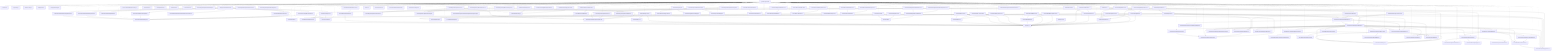
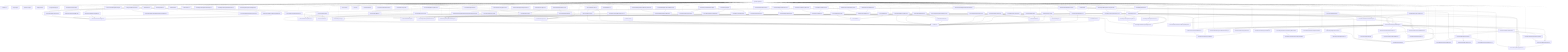
graph TD
  package__ankhorage_studio["@ankhorage/studio"]
  entrypoint_src_index_ts["src/index.ts"]
  package__ankhorage_studio --> entrypoint_src_index_ts
  module_knip_config_ts["knip.config.ts"]
  package__ankhorage_studio -.-> module_knip_config_ts
  module_paradox_config_ts["paradox.config.ts"]
  package__ankhorage_studio -.-> module_paradox_config_ts
  module_src_app_index_ts["src/app/index.ts"]
  package__ankhorage_studio -.-> module_src_app_index_ts
  module_src_app_StudioApp_tsx["src/app/StudioApp.tsx"]
  package__ankhorage_studio -.-> module_src_app_StudioApp_tsx
  module_src_app_StudioDashboard_tsx["src/app/StudioDashboard.tsx"]
  package__ankhorage_studio -.-> module_src_app_StudioDashboard_tsx
  module_src_app_StudioDashboard_tsx --> module_src_hooks_useProjects_ts
  module_src_app_StudioDashboard_tsx --> module_src_hooks_useTemplateSummaries_ts
  module_src_app_StudioDashboard_tsx --> module_src_modules_dashboard_platform_ts
  module_src_app_StudioDashboard_tsx --> module_src_modules_dashboard_search_ts
  module_src_app_StudioDashboard_tsx --> module_src_modules_dashboard_templates_ts
  module_src_app_StudioDashboard_tsx --> module_src_modules_dashboard_types_ts
  module_src_app_StudioDashboard_tsx --> module_src_modules_dashboard_ui_DashboardSectionHeader_tsx
  module_src_app_StudioDashboard_tsx --> module_src_modules_dashboard_ui_ProjectCard_tsx
  module_src_app_StudioDashboard_tsx --> module_src_modules_dashboard_ui_TemplateCard_tsx
+   module_src_authFlowContract_test_ts["src/authFlowContract.test.ts"]
+   package__ankhorage_studio -.-> module_src_authFlowContract_test_ts
  module_src_canvasDragModel_public_test_ts["src/canvasDragModel.public.test.ts"]
  package__ankhorage_studio -.-> module_src_canvasDragModel_public_test_ts
  module_src_canvasDragModel_public_test_ts --> module_src_canvasDragModel_ts
  module_src_canvasDragModel_public_test_ts --> module_src_canvasDropZones_ts
  module_src_canvasDragModel_test_ts["src/canvasDragModel.test.ts"]
  package__ankhorage_studio -.-> module_src_canvasDragModel_test_ts
  module_src_canvasDragModel_test_ts --> module_src_canvasDragModel_ts
  module_src_canvasDragModel_test_ts --> module_src_canvasDropZones_ts
  module_src_canvasDragModel_ts["src/canvasDragModel.ts"]
  package__ankhorage_studio -.-> module_src_canvasDragModel_ts
  module_src_canvasDragModel_ts --> module_src_canvasDropZones_ts
  module_src_canvasDragModel_ts --> module_src_index_ts
  module_src_canvasDropZones_test_ts["src/canvasDropZones.test.ts"]
  package__ankhorage_studio -.-> module_src_canvasDropZones_test_ts
  module_src_canvasDropZones_test_ts --> module_src_canvasDropZones_ts
  module_src_canvasDropZones_test_ts --> module_src_index_ts
  module_src_canvasDropZones_ts["src/canvasDropZones.ts"]
  package__ankhorage_studio -.-> module_src_canvasDropZones_ts
  module_src_canvasDropZones_ts --> module_src_index_ts
  module_src_cli_index_ts["src/cli/index.ts"]
  package__ankhorage_studio -.-> module_src_cli_index_ts
  module_src_cli_index_ts --> module_src_host_createStudioHost_ts
  module_src_cli_index_ts --> module_src_host_http_server_ts
  module_src_cli_index_ts --> module_src_host_templateRegistry_index_ts
  module_src_cli_index_ts --> module_src_host_utils_workspaceRoot_ts
  module_src_core_constants_ts["src/core/constants.ts"]
  package__ankhorage_studio -.-> module_src_core_constants_ts
  module_src_core_StudioContext_ts["src/core/StudioContext.ts"]
  package__ankhorage_studio -.-> module_src_core_StudioContext_ts
  module_src_core_StudioContext_ts --> module_src_index_ts
  module_src_core_studioPackageBoundary_ts["src/core/studioPackageBoundary.ts"]
  package__ankhorage_studio -.-> module_src_core_studioPackageBoundary_ts
  module_src_core_StudioProvider_ts["src/core/StudioProvider.ts"]
  package__ankhorage_studio -.-> module_src_core_StudioProvider_ts
  module_src_core_StudioProvider_ts --> module_src_core_StudioContext_ts
  module_src_core_StudioProvider_ts --> module_src_index_ts
  module_src_dnd_index_ts["src/dnd/index.ts"]
  package__ankhorage_studio -.-> module_src_dnd_index_ts
  module_src_dnd_primitives_ts["src/dnd/primitives.ts"]
  package__ankhorage_studio -.-> module_src_dnd_primitives_ts
  module_src_dnd_state_ts["src/dnd/state.ts"]
  package__ankhorage_studio -.-> module_src_dnd_state_ts
  module_src_hooks_useProjects_ts["src/hooks/useProjects.ts"]
  package__ankhorage_studio -.-> module_src_hooks_useProjects_ts
  module_src_hooks_useProjects_ts --> module_src_core_constants_ts
  module_src_hooks_useTemplateSummaries_ts["src/hooks/useTemplateSummaries.ts"]
  package__ankhorage_studio -.-> module_src_hooks_useTemplateSummaries_ts
  module_src_hooks_useTemplateSummaries_ts --> module_src_core_constants_ts
  module_src_hooks_useTemplateSummaries_ts --> module_src_modules_dashboard_types_ts
  module_src_host_createStudioHost_ts["src/host/createStudioHost.ts"]
  package__ankhorage_studio -.-> module_src_host_createStudioHost_ts
  module_src_host_createStudioHost_ts --> module_src_host_orchestrator_infraRuntime_ts
  module_src_host_createStudioHost_ts --> module_src_host_orchestrator_moduleManager_ts
  module_src_host_createStudioHost_ts --> module_src_host_orchestrator_projectManager_ts
  module_src_host_hostLifecycle_smoke_test_ts["src/host/hostLifecycle.smoke.test.ts"]
  package__ankhorage_studio -.-> module_src_host_hostLifecycle_smoke_test_ts
  module_src_host_hostLifecycle_smoke_test_ts --> module_src_host_orchestrator_moduleManager_ts
  module_src_host_hostLifecycle_smoke_test_ts --> module_src_host_orchestrator_projectManager_ts
  module_src_host_hostLifecycle_smoke_test_ts --> module_src_host_templateRegistry_index_ts
  module_src_host_hostOwnership_test_ts["src/host/hostOwnership.test.ts"]
  package__ankhorage_studio -.-> module_src_host_hostOwnership_test_ts
  module_src_host_hostOwnership_test_ts --> module_src_host_http_security_ts
  module_src_host_hostOwnership_test_ts --> module_src_host_orchestrator_projectPaths_ts
  module_src_host_hostOwnership_test_ts --> module_src_host_utils_workspaceRoot_ts
  module_src_host_http_security_ts["src/host/http/security.ts"]
  package__ankhorage_studio -.-> module_src_host_http_security_ts
  module_src_host_http_server_ts["src/host/http/server.ts"]
  package__ankhorage_studio -.-> module_src_host_http_server_ts
  module_src_host_http_server_ts --> module_src_host_http_security_ts
  module_src_host_http_server_ts --> module_src_host_orchestrator_infraRuntime_ts
  module_src_host_http_server_ts --> module_src_host_orchestrator_moduleManager_ts
  module_src_host_http_server_ts --> module_src_host_orchestrator_projectManager_ts
  module_src_host_http_server_ts --> module_src_host_orchestrator_resolveMutations_ts
  module_src_host_http_server_ts --> module_src_host_templateRegistry_index_ts
  module_src_host_http_server_ts --> module_src_host_utils_trimOutput_ts
  module_src_host_http_server_ts --> module_src_host_utils_workspaceRoot_ts
  module_src_host_http_standalone_ts["src/host/http/standalone.ts"]
  package__ankhorage_studio -.-> module_src_host_http_standalone_ts
  module_src_host_http_standalone_ts --> module_src_host_http_server_ts
  module_src_host_index_ts["src/host/index.ts"]
  package__ankhorage_studio -.-> module_src_host_index_ts
+   module_src_host_layout_auth_resolveAuthLayoutPlan_test_ts["src/host/layout/auth/resolveAuthLayoutPlan.test.ts"]
+   package__ankhorage_studio -.-> module_src_host_layout_auth_resolveAuthLayoutPlan_test_ts
+   module_src_host_layout_auth_resolveAuthLayoutPlan_test_ts --> module_src_host_layout_auth_resolveAuthLayoutPlan_ts
  module_src_host_layout_auth_resolveAuthLayoutPlan_ts["src/host/layout/auth/resolveAuthLayoutPlan.ts"]
  package__ankhorage_studio -.-> module_src_host_layout_auth_resolveAuthLayoutPlan_ts
  module_src_host_layout_layoutGenerator_ts["src/host/layout/layoutGenerator.ts"]
  package__ankhorage_studio -.-> module_src_host_layout_layoutGenerator_ts
  module_src_host_layout_layoutGenerator_ts --> module_src_host_layout_auth_resolveAuthLayoutPlan_ts
  module_src_host_layout_layoutGenerator_ts --> module_src_host_layout_templates_index_ts
  module_src_host_layout_layoutGenerator_ts --> module_src_host_modules_layout_ts
  module_src_host_layout_templates_auth_adapter_ts["src/host/layout/templates/auth/adapter.ts"]
  package__ankhorage_studio -.-> module_src_host_layout_templates_auth_adapter_ts
  module_src_host_layout_templates_auth_screen_ts["src/host/layout/templates/auth/screen.ts"]
  package__ankhorage_studio -.-> module_src_host_layout_templates_auth_screen_ts
  module_src_host_layout_templates_auth_screen_ts --> module_src_host_layout_templates_utils_routes_ts
  module_src_host_layout_templates_auth_screen_ts --> module_src_host_layout_templates_utils_strings_ts
  module_src_host_layout_templates_auth_screen_ts --> module_src_host_layout_utils_escapeStringLiteral_ts
  module_src_host_layout_templates_auth_session_ts["src/host/layout/templates/auth/session.ts"]
  package__ankhorage_studio -.-> module_src_host_layout_templates_auth_session_ts
  module_src_host_layout_templates_auth_signOut_ts["src/host/layout/templates/auth/signOut.ts"]
  package__ankhorage_studio -.-> module_src_host_layout_templates_auth_signOut_ts
  module_src_host_layout_templates_index_ts["src/host/layout/templates/index.ts"]
  package__ankhorage_studio -.-> module_src_host_layout_templates_index_ts
  module_src_host_layout_templates_navigation_ts["src/host/layout/templates/navigation.ts"]
  package__ankhorage_studio -.-> module_src_host_layout_templates_navigation_ts
  module_src_host_layout_templates_navigation_ts --> module_src_host_layout_utils_escapeStringLiteral_ts
  module_src_host_layout_templates_nestedLayout_ts["src/host/layout/templates/nestedLayout.ts"]
  package__ankhorage_studio -.-> module_src_host_layout_templates_nestedLayout_ts
  module_src_host_layout_templates_nestedLayout_ts --> module_src_host_layout_templates_navigation_ts
  module_src_host_layout_templates_nestedLayout_ts --> module_src_host_layout_templates_utils_strings_ts
  module_src_host_layout_templates_redirect_ts["src/host/layout/templates/redirect.ts"]
  package__ankhorage_studio -.-> module_src_host_layout_templates_redirect_ts
  module_src_host_layout_templates_redirect_ts --> module_src_host_layout_utils_escapeStringLiteral_ts
+   module_src_host_layout_templates_rootLayout_test_ts["src/host/layout/templates/rootLayout.test.ts"]
+   package__ankhorage_studio -.-> module_src_host_layout_templates_rootLayout_test_ts
+   module_src_host_layout_templates_rootLayout_test_ts --> module_src_host_layout_templates_rootLayout_ts
  module_src_host_layout_templates_rootLayout_ts["src/host/layout/templates/rootLayout.ts"]
  package__ankhorage_studio -.-> module_src_host_layout_templates_rootLayout_ts
  module_src_host_layout_templates_rootLayout_ts --> module_src_host_layout_templates_navigation_ts
  module_src_host_layout_templates_rootLayout_ts --> module_src_host_layout_templates_utils_routes_ts
  module_src_host_layout_templates_rootLayout_ts --> module_src_host_layout_utils_escapeStringLiteral_ts
  module_src_host_layout_templates_rootLayout_ts --> module_src_host_modules_layout_ts
  module_src_host_layout_templates_screen_ts["src/host/layout/templates/screen.ts"]
  package__ankhorage_studio -.-> module_src_host_layout_templates_screen_ts
  module_src_host_layout_templates_screen_ts --> module_src_host_layout_templates_utils_strings_ts
  module_src_host_layout_templates_screen_ts --> module_src_host_layout_utils_escapeStringLiteral_ts
  module_src_host_layout_templates_utils_routes_ts["src/host/layout/templates/utils/routes.ts"]
  package__ankhorage_studio -.-> module_src_host_layout_templates_utils_routes_ts
  module_src_host_layout_templates_utils_strings_ts["src/host/layout/templates/utils/strings.ts"]
  package__ankhorage_studio -.-> module_src_host_layout_templates_utils_strings_ts
  module_src_host_layout_utils_escapeStringLiteral_ts["src/host/layout/utils/escapeStringLiteral.ts"]
  package__ankhorage_studio -.-> module_src_host_layout_utils_escapeStringLiteral_ts
  module_src_host_manifestSystem_auth_index_ts["src/host/manifestSystem/auth/index.ts"]
  package__ankhorage_studio -.-> module_src_host_manifestSystem_auth_index_ts
  module_src_host_manifestSystem_auth_shared_global_auth_system_tpl_ts["src/host/manifestSystem/auth/shared/global.auth.system.tpl.ts"]
  package__ankhorage_studio -.-> module_src_host_manifestSystem_auth_shared_global_auth_system_tpl_ts
  module_src_host_manifestSystem_auth_shared_index_ts["src/host/manifestSystem/auth/shared/index.ts"]
  package__ankhorage_studio -.-> module_src_host_manifestSystem_auth_shared_index_ts
  module_src_host_manifestSystem_auth_shared_index_ts --> module_src_host_manifestSystem_auth_shared_global_auth_system_tpl_ts
  module_src_host_manifestSystem_auth_shared_index_ts --> module_src_host_manifestSystem_types_ts
  module_src_host_manifestSystem_index_ts["src/host/manifestSystem/index.ts"]
  package__ankhorage_studio -.-> module_src_host_manifestSystem_index_ts
  module_src_host_manifestSystem_index_ts --> module_src_host_manifestSystem_auth_index_ts
  module_src_host_manifestSystem_index_ts --> module_src_host_manifestSystem_types_ts
  module_src_host_manifestSystem_index_ts --> module_src_host_utils_requirementsInference_ts
  module_src_host_manifestSystem_types_ts["src/host/manifestSystem/types.ts"]
  package__ankhorage_studio -.-> module_src_host_manifestSystem_types_ts
  module_src_host_modules_catalog_ts["src/host/modules/catalog.ts"]
  package__ankhorage_studio -.-> module_src_host_modules_catalog_ts
  module_src_host_modules_catalog_ts --> module_src_host_modules_layout_ts
  module_src_host_modules_layout_ts["src/host/modules/layout.ts"]
  package__ankhorage_studio -.-> module_src_host_modules_layout_ts
  module_src_host_modules_runtime_LocalFsTargetAdapter_ts["src/host/modules/runtime/LocalFsTargetAdapter.ts"]
  package__ankhorage_studio -.-> module_src_host_modules_runtime_LocalFsTargetAdapter_ts
  module_src_host_orchestrator_generatedAppFiles_ts["src/host/orchestrator/generatedAppFiles.ts"]
  package__ankhorage_studio -.-> module_src_host_orchestrator_generatedAppFiles_ts
  module_src_host_orchestrator_generatedAppFiles_ts --> module_src_host_zoraExtensions_index_ts
  module_src_host_orchestrator_generatedRouteCleanup_ts["src/host/orchestrator/generatedRouteCleanup.ts"]
  package__ankhorage_studio -.-> module_src_host_orchestrator_generatedRouteCleanup_ts
  module_src_host_orchestrator_infraGenerator_ts["src/host/orchestrator/infraGenerator.ts"]
  package__ankhorage_studio -.-> module_src_host_orchestrator_infraGenerator_ts
  module_src_host_orchestrator_infraGenerator_ts --> module_src_host_orchestrator_infraValidation_ts
  module_src_host_orchestrator_infraRuntime_ts["src/host/orchestrator/infraRuntime.ts"]
  package__ankhorage_studio -.-> module_src_host_orchestrator_infraRuntime_ts
  module_src_host_orchestrator_infraRuntime_ts --> module_src_host_orchestrator_projectPaths_ts
  module_src_host_orchestrator_infraValidation_ts["src/host/orchestrator/infraValidation.ts"]
  package__ankhorage_studio -.-> module_src_host_orchestrator_infraValidation_ts
  module_src_host_orchestrator_moduleManager_ts["src/host/orchestrator/moduleManager.ts"]
  package__ankhorage_studio -.-> module_src_host_orchestrator_moduleManager_ts
  module_src_host_orchestrator_moduleManager_ts --> module_src_host_modules_catalog_ts
  module_src_host_orchestrator_moduleManager_ts --> module_src_host_modules_runtime_LocalFsTargetAdapter_ts
  module_src_host_orchestrator_moduleManager_ts --> module_src_host_orchestrator_projectManager_ts
  module_src_host_orchestrator_moduleManager_ts --> module_src_host_orchestrator_resolveMutations_ts
  module_src_host_orchestrator_projectDeletion_ts["src/host/orchestrator/projectDeletion.ts"]
  package__ankhorage_studio -.-> module_src_host_orchestrator_projectDeletion_ts
  module_src_host_orchestrator_projectManager_ts["src/host/orchestrator/projectManager.ts"]
  package__ankhorage_studio -.-> module_src_host_orchestrator_projectManager_ts
  module_src_host_orchestrator_projectManager_ts --> module_src_host_layout_layoutGenerator_ts
  module_src_host_orchestrator_projectManager_ts --> module_src_host_manifestSystem_index_ts
  module_src_host_orchestrator_projectManager_ts --> module_src_host_modules_layout_ts
  module_src_host_orchestrator_projectManager_ts --> module_src_host_orchestrator_generatedRouteCleanup_ts
  module_src_host_orchestrator_projectManager_ts --> module_src_host_orchestrator_infraGenerator_ts
  module_src_host_orchestrator_projectManager_ts --> module_src_host_orchestrator_infraRuntime_ts
  module_src_host_orchestrator_projectManager_ts --> module_src_host_orchestrator_projectDeletion_ts
  module_src_host_orchestrator_projectManager_ts --> module_src_host_orchestrator_projectPaths_ts
  module_src_host_orchestrator_projectManager_ts --> module_src_host_orchestrator_projectStore_ts
  module_src_host_orchestrator_projectManager_ts --> module_src_host_orchestrator_resolveMutations_ts
  module_src_host_orchestrator_projectManager_ts --> module_src_host_orchestrator_scaffolder_ts
  module_src_host_orchestrator_projectManager_ts --> module_src_host_orchestrator_templates_ts
  module_src_host_orchestrator_projectManager_ts --> module_src_host_orchestrator_workspaceRuntime_ts
  module_src_host_orchestrator_projectManager_ts --> module_src_host_templateRegistry_index_ts
  module_src_host_orchestrator_projectManager_ts --> module_src_host_zoraExtensions_index_ts
  module_src_host_orchestrator_projectPaths_ts["src/host/orchestrator/projectPaths.ts"]
  package__ankhorage_studio -.-> module_src_host_orchestrator_projectPaths_ts
  module_src_host_orchestrator_projectStore_ts["src/host/orchestrator/projectStore.ts"]
  package__ankhorage_studio -.-> module_src_host_orchestrator_projectStore_ts
  module_src_host_orchestrator_projectStore_ts --> module_src_host_orchestrator_projectPaths_ts
  module_src_host_orchestrator_resolveMutations_ts["src/host/orchestrator/resolveMutations.ts"]
  package__ankhorage_studio -.-> module_src_host_orchestrator_resolveMutations_ts
  module_src_host_orchestrator_resolveMutations_ts --> module_src_host_modules_catalog_ts
  module_src_host_orchestrator_resolveMutations_ts --> module_src_host_modules_layout_ts
  module_src_host_orchestrator_scaffolder_ts["src/host/orchestrator/scaffolder.ts"]
  package__ankhorage_studio -.-> module_src_host_orchestrator_scaffolder_ts
  module_src_host_orchestrator_scaffolder_ts --> module_src_host_manifestSystem_index_ts
  module_src_host_orchestrator_scaffolder_ts --> module_src_host_orchestrator_generatedAppFiles_ts
  module_src_host_orchestrator_scaffolder_ts --> module_src_host_orchestrator_templates_ts
  module_src_host_orchestrator_scaffolder_ts --> module_src_host_templateRegistry_index_ts
  module_src_host_orchestrator_scaffolder_ts --> module_src_host_zoraExtensions_index_ts
  module_src_host_orchestrator_templates_ts["src/host/orchestrator/templates.ts"]
  package__ankhorage_studio -.-> module_src_host_orchestrator_templates_ts
  module_src_host_orchestrator_workspaceRuntime_ts["src/host/orchestrator/workspaceRuntime.ts"]
  package__ankhorage_studio -.-> module_src_host_orchestrator_workspaceRuntime_ts
  module_src_host_templateRegistry_index_ts["src/host/templateRegistry/index.ts"]
  package__ankhorage_studio -.-> module_src_host_templateRegistry_index_ts
  module_src_host_utils_requirementsInference_ts["src/host/utils/requirementsInference.ts"]
  package__ankhorage_studio -.-> module_src_host_utils_requirementsInference_ts
  module_src_host_utils_trimOutput_ts["src/host/utils/trimOutput.ts"]
  package__ankhorage_studio -.-> module_src_host_utils_trimOutput_ts
  module_src_host_utils_workspaceRoot_ts["src/host/utils/workspaceRoot.ts"]
  package__ankhorage_studio -.-> module_src_host_utils_workspaceRoot_ts
  module_src_host_zoraExtensions_index_ts["src/host/zoraExtensions/index.ts"]
  package__ankhorage_studio -.-> module_src_host_zoraExtensions_index_ts
  module_src_host_zoraExtensions_index_ts --> module_src_host_templateRegistry_index_ts
  module_src_index_test_ts["src/index.test.ts"]
  package__ankhorage_studio -.-> module_src_index_test_ts
  module_src_index_test_ts --> module_src_index_ts
  module_src_index_ts["src/index.ts"]
  module_src_insertModalModel_public_test_ts["src/insertModalModel.public.test.ts"]
  package__ankhorage_studio -.-> module_src_insertModalModel_public_test_ts
  module_src_insertModalModel_public_test_ts --> module_src_index_ts
  module_src_insertModalModel_public_test_ts --> module_src_insertModalModel_ts
  module_src_insertModalModel_test_ts["src/insertModalModel.test.ts"]
  package__ankhorage_studio -.-> module_src_insertModalModel_test_ts
  module_src_insertModalModel_test_ts --> module_src_index_ts
  module_src_insertModalModel_test_ts --> module_src_insertModalModel_ts
  module_src_insertModalModel_ts["src/insertModalModel.ts"]
  package__ankhorage_studio -.-> module_src_insertModalModel_ts
  module_src_insertModalModel_ts --> module_src_index_ts
  module_src_localizationConfig_public_test_ts["src/localizationConfig.public.test.ts"]
  package__ankhorage_studio -.-> module_src_localizationConfig_public_test_ts
  module_src_localizationConfig_public_test_ts --> module_src_localizationConfig_ts
  module_src_localizationConfig_test_ts["src/localizationConfig.test.ts"]
  package__ankhorage_studio -.-> module_src_localizationConfig_test_ts
  module_src_localizationConfig_test_ts --> module_src_localizationConfig_ts
  module_src_localizationConfig_ts["src/localizationConfig.ts"]
  package__ankhorage_studio -.-> module_src_localizationConfig_ts
  module_src_localizationPanelModel_test_ts["src/localizationPanelModel.test.ts"]
  package__ankhorage_studio -.-> module_src_localizationPanelModel_test_ts
  module_src_localizationPanelModel_test_ts --> module_src_localizationPanelModel_ts
  module_src_localizationPanelModel_ts["src/localizationPanelModel.ts"]
  package__ankhorage_studio -.-> module_src_localizationPanelModel_ts
  module_src_manifestNavigatorPreviewModel_public_test_ts["src/manifestNavigatorPreviewModel.public.test.ts"]
  package__ankhorage_studio -.-> module_src_manifestNavigatorPreviewModel_public_test_ts
  module_src_manifestNavigatorPreviewModel_public_test_ts --> module_src_manifestNavigatorPreviewModel_ts
  module_src_manifestNavigatorPreviewModel_test_ts["src/manifestNavigatorPreviewModel.test.ts"]
  package__ankhorage_studio -.-> module_src_manifestNavigatorPreviewModel_test_ts
  module_src_manifestNavigatorPreviewModel_test_ts --> module_src_manifestNavigatorPreviewModel_ts
  module_src_manifestNavigatorPreviewModel_ts["src/manifestNavigatorPreviewModel.ts"]
  package__ankhorage_studio -.-> module_src_manifestNavigatorPreviewModel_ts
  module_src_manifestNavigatorPreviewModel_ts --> module_src_routeUtils_ts
  module_src_manifestState_public_test_ts["src/manifestState.public.test.ts"]
  package__ankhorage_studio -.-> module_src_manifestState_public_test_ts
  module_src_manifestState_public_test_ts --> module_src_index_ts
  module_src_manifestState_public_test_ts --> module_src_manifestState_ts
  module_src_manifestState_routes_test_ts["src/manifestState.routes.test.ts"]
  package__ankhorage_studio -.-> module_src_manifestState_routes_test_ts
  module_src_manifestState_routes_test_ts --> module_src_index_ts
  module_src_manifestState_routes_test_ts --> module_src_manifestState_ts
  module_src_manifestState_test_ts["src/manifestState.test.ts"]
  package__ankhorage_studio -.-> module_src_manifestState_test_ts
  module_src_manifestState_test_ts --> module_src_index_ts
  module_src_manifestState_test_ts --> module_src_manifestState_ts
  module_src_manifestState_ts["src/manifestState.ts"]
  package__ankhorage_studio -.-> module_src_manifestState_ts
  module_src_manifestState_ts --> module_src_index_ts
  module_src_manifestSync_test_ts["src/manifestSync.test.ts"]
  package__ankhorage_studio -.-> module_src_manifestSync_test_ts
  module_src_manifestSync_test_ts --> module_src_index_ts
  module_src_manifestSync_test_ts --> module_src_manifestSync_ts
  module_src_manifestSync_ts["src/manifestSync.ts"]
  package__ankhorage_studio -.-> module_src_manifestSync_ts
  module_src_manifestSync_ts --> module_src_index_ts
  module_src_modules_dashboard_platform_ts["src/modules/dashboard/platform.ts"]
  package__ankhorage_studio -.-> module_src_modules_dashboard_platform_ts
  module_src_modules_dashboard_search_ts["src/modules/dashboard/search.ts"]
  package__ankhorage_studio -.-> module_src_modules_dashboard_search_ts
  module_src_modules_dashboard_search_ts --> module_src_modules_dashboard_types_ts
  module_src_modules_dashboard_templates_ts["src/modules/dashboard/templates.ts"]
  package__ankhorage_studio -.-> module_src_modules_dashboard_templates_ts
  module_src_modules_dashboard_templates_ts --> module_src_modules_dashboard_types_ts
  module_src_modules_dashboard_types_ts["src/modules/dashboard/types.ts"]
  package__ankhorage_studio -.-> module_src_modules_dashboard_types_ts
  module_src_modules_dashboard_ui_DashboardSectionHeader_tsx["src/modules/dashboard/ui/DashboardSectionHeader.tsx"]
  package__ankhorage_studio -.-> module_src_modules_dashboard_ui_DashboardSectionHeader_tsx
  module_src_modules_dashboard_ui_ProjectCard_tsx["src/modules/dashboard/ui/ProjectCard.tsx"]
  package__ankhorage_studio -.-> module_src_modules_dashboard_ui_ProjectCard_tsx
  module_src_modules_dashboard_ui_ProjectCard_tsx --> module_src_modules_dashboard_types_ts
  module_src_modules_dashboard_ui_TemplateCard_tsx["src/modules/dashboard/ui/TemplateCard.tsx"]
  package__ankhorage_studio -.-> module_src_modules_dashboard_ui_TemplateCard_tsx
  module_src_modules_dashboard_ui_TemplateCard_tsx --> module_src_modules_dashboard_types_ts
+   module_src_root_test_ts["src/root.test.ts"]
+   package__ankhorage_studio -.-> module_src_root_test_ts
  module_src_root_ts["src/root.ts"]
  package__ankhorage_studio -.-> module_src_root_ts
  module_src_routeUtils_public_test_ts["src/routeUtils.public.test.ts"]
  package__ankhorage_studio -.-> module_src_routeUtils_public_test_ts
  module_src_routeUtils_public_test_ts --> module_src_routeUtils_ts
  module_src_routeUtils_test_ts["src/routeUtils.test.ts"]
  package__ankhorage_studio -.-> module_src_routeUtils_test_ts
  module_src_routeUtils_test_ts --> module_src_routeUtils_ts
  module_src_routeUtils_ts["src/routeUtils.ts"]
  package__ankhorage_studio -.-> module_src_routeUtils_ts
  module_src_runtime_actionSuppression_ts["src/runtime/actionSuppression.ts"]
  package__ankhorage_studio -.-> module_src_runtime_actionSuppression_ts
  module_src_runtime_appExtensionRegistry_ts["src/runtime/appExtensionRegistry.ts"]
  package__ankhorage_studio -.-> module_src_runtime_appExtensionRegistry_ts
  module_src_runtime_index_ts["src/runtime/index.ts"]
  package__ankhorage_studio -.-> module_src_runtime_index_ts
  module_src_runtime_localizationPreview_ts["src/runtime/localizationPreview.ts"]
  package__ankhorage_studio -.-> module_src_runtime_localizationPreview_ts
  module_src_runtime_overlay_test_ts["src/runtime/overlay.test.ts"]
  package__ankhorage_studio -.-> module_src_runtime_overlay_test_ts
  module_src_runtime_previewRegistry_ts["src/runtime/previewRegistry.ts"]
  package__ankhorage_studio -.-> module_src_runtime_previewRegistry_ts
  module_src_runtime_previewRuntimeConfig_ts["src/runtime/previewRuntimeConfig.ts"]
  package__ankhorage_studio -.-> module_src_runtime_previewRuntimeConfig_ts
  module_src_runtime_previewRuntimeConfig_ts --> module_src_runtime_actionSuppression_ts
  module_src_runtime_previewRuntimeConfig_ts --> module_src_runtime_previewRegistry_ts
  module_src_runtime_registry_tsx["src/runtime/registry.tsx"]
  package__ankhorage_studio -.-> module_src_runtime_registry_tsx
  module_src_runtime_registry_tsx --> module_src_runtime_appExtensionRegistry_ts
  module_src_runtime_runtimeActions_ts["src/runtime/runtimeActions.ts"]
  package__ankhorage_studio -.-> module_src_runtime_runtimeActions_ts
  module_src_runtime_useRuntimeAction_ts["src/runtime/useRuntimeAction.ts"]
  package__ankhorage_studio -.-> module_src_runtime_useRuntimeAction_ts
  module_src_runtime_useRuntimeAction_ts --> module_src_runtime_runtimeActions_ts
  module_src_runtimeDiagnosticsModel_test_ts["src/runtimeDiagnosticsModel.test.ts"]
  package__ankhorage_studio -.-> module_src_runtimeDiagnosticsModel_test_ts
  module_src_runtimeDiagnosticsModel_test_ts --> module_src_runtimeDiagnosticsModel_ts
  module_src_runtimeDiagnosticsModel_ts["src/runtimeDiagnosticsModel.ts"]
  package__ankhorage_studio -.-> module_src_runtimeDiagnosticsModel_ts
  module_src_runtimeLocalization_public_test_ts["src/runtimeLocalization.public.test.ts"]
  package__ankhorage_studio -.-> module_src_runtimeLocalization_public_test_ts
  module_src_runtimeLocalization_public_test_ts --> module_src_runtimeLocalization_ts
  module_src_runtimeLocalization_test_ts["src/runtimeLocalization.test.ts"]
  package__ankhorage_studio -.-> module_src_runtimeLocalization_test_ts
  module_src_runtimeLocalization_test_ts --> module_src_runtimeLocalization_ts
  module_src_runtimeLocalization_ts["src/runtimeLocalization.ts"]
  package__ankhorage_studio -.-> module_src_runtimeLocalization_ts
  module_src_studioAdminRouteModel_test_ts["src/studioAdminRouteModel.test.ts"]
  package__ankhorage_studio -.-> module_src_studioAdminRouteModel_test_ts
  module_src_studioAdminRouteModel_test_ts --> module_src_studioAdminRouteModel_ts
  module_src_studioAdminRouteModel_ts["src/studioAdminRouteModel.ts"]
  package__ankhorage_studio -.-> module_src_studioAdminRouteModel_ts
  module_src_studioAdminRouteModel_ts --> module_src_index_ts
  module_src_studioSelectionModel_knip_test_ts["src/studioSelectionModel.knip.test.ts"]
  package__ankhorage_studio -.-> module_src_studioSelectionModel_knip_test_ts
  module_src_studioSelectionModel_knip_test_ts --> module_src_studioSelectionModel_ts
  module_src_studioSelectionModel_test_ts["src/studioSelectionModel.test.ts"]
  package__ankhorage_studio -.-> module_src_studioSelectionModel_test_ts
  module_src_studioSelectionModel_test_ts --> module_src_studioSelectionModel_ts
  module_src_studioSelectionModel_ts["src/studioSelectionModel.ts"]
  package__ankhorage_studio -.-> module_src_studioSelectionModel_ts
  module_src_ui_AnkhStudio_ts["src/ui/AnkhStudio.ts"]
  package__ankhorage_studio -.-> module_src_ui_AnkhStudio_ts
  module_src_ui_AnkhStudio_ts --> module_src_core_StudioContext_ts
  module_src_ui_useStudioAppBarAugmentation_ts["src/ui/useStudioAppBarAugmentation.ts"]
  package__ankhorage_studio -.-> module_src_ui_useStudioAppBarAugmentation_ts
  module_src_utils_treeUtils_ts["src/utils/treeUtils.ts"]
  package__ankhorage_studio -.-> module_src_utils_treeUtils_ts
  module_src_utils_treeUtils_ts --> module_src_index_ts
